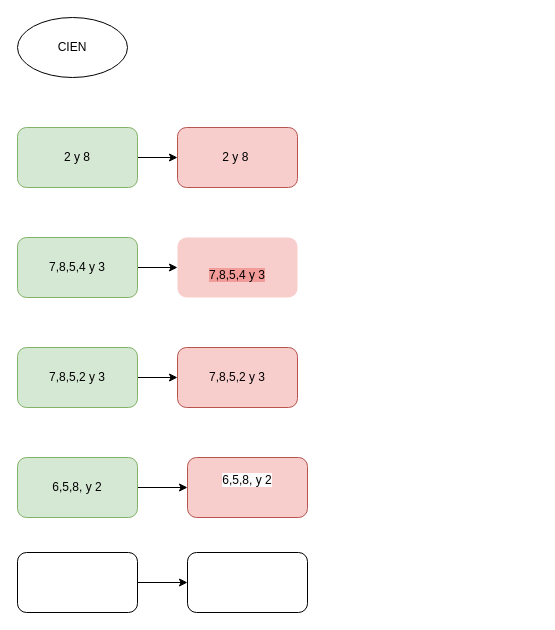
Above: Diagrama sin título.drawio in ebruschi/Abi (draw.io), before the change. Source tidied: cells renumbered, new cells numbered last; positions are measured from the earlier drawing's top-left corner, leaving out a move shared by most shapes. Both pictures are drawn from the tidied source at 100%, with x=0, y=0 at pixel (17, 17).
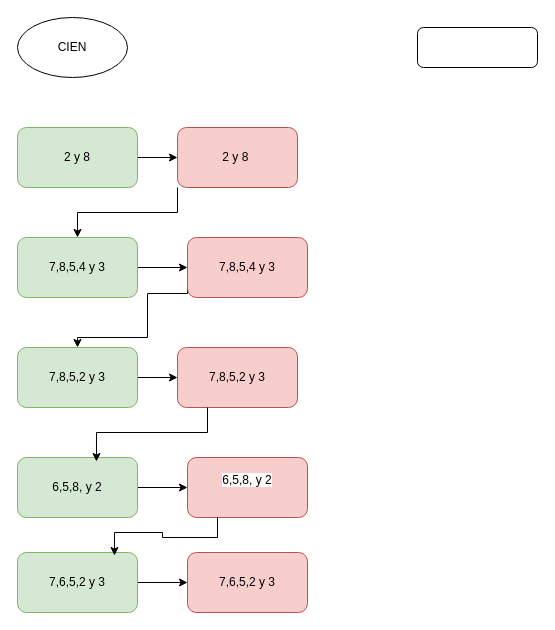
Above is the later version.

The change refers to these unchanged cells:
```xml
<mxCell id="5" value="2 y 8&amp;nbsp;" style="rounded=1;whiteSpace=wrap;html=1;fillColor=#f8cecc;strokeColor=#b85450;" parent="1" vertex="1">
  <mxGeometry x="160" y="110" width="120" height="60" as="geometry" />
</mxCell>
<mxCell id="7" value="7,8,5,4 y 3" style="rounded=1;whiteSpace=wrap;html=1;fillColor=#d5e8d4;strokeColor=#82b366;" parent="1" vertex="1">
  <mxGeometry y="220" width="120" height="60" as="geometry" />
</mxCell>
<mxCell id="10" value="7,8,5,2 y 3" style="rounded=1;whiteSpace=wrap;html=1;fillColor=#d5e8d4;strokeColor=#82b366;" parent="1" vertex="1">
  <mxGeometry y="330" width="120" height="60" as="geometry" />
</mxCell>
<mxCell id="11" value="7,8,5,2 y 3" style="rounded=1;whiteSpace=wrap;html=1;fillColor=#f8cecc;strokeColor=#b85450;" parent="1" vertex="1">
  <mxGeometry x="160" y="330" width="120" height="60" as="geometry" />
</mxCell>
<mxCell id="13" value="6,5,8, y 2" style="rounded=1;whiteSpace=wrap;html=1;fillColor=#d5e8d4;strokeColor=#82b366;" parent="1" vertex="1">
  <mxGeometry y="440" width="120" height="60" as="geometry" />
</mxCell>
<mxCell id="14" value="&#10;&lt;span style=&quot;color: rgb(0, 0, 0); font-family: Helvetica; font-size: 12px; font-style: normal; font-variant-ligatures: normal; font-variant-caps: normal; font-weight: 400; letter-spacing: normal; orphans: 2; text-align: center; text-indent: 0px; text-transform: none; widows: 2; word-spacing: 0px; -webkit-text-stroke-width: 0px; white-space: normal; background-color: rgb(251, 251, 251); text-decoration-thickness: initial; text-decoration-style: initial; text-decoration-color: initial; display: inline !important; float: none;&quot;&gt;6,5,8, y 2&lt;/span&gt;&#10;&#10;" style="rounded=1;whiteSpace=wrap;html=1;fillColor=#f8cecc;strokeColor=#b85450;" parent="1" vertex="1">
  <mxGeometry x="170" y="440" width="120" height="60" as="geometry" />
</mxCell>
```

The edit, as a diff of the source:
```diff
@@
+    <mxCell id="18" style="edgeStyle=orthogonalEdgeStyle;rounded=0;jettySize=auto;html=1;exitX=0;exitY=1;exitDx=0;exitDy=0;entryX=0.5;entryY=0;entryDx=0;entryDy=0;" parent="1" edge="1" source="5" target="7">
+      <mxGeometry relative="1" as="geometry" />
+    </mxCell>
@@
-    <mxCell id="6" style="edgeStyle=orthogonalEdgeStyle;rounded=0;jettySize=auto;html=1;" parent="1" edge="1" source="7" target="8">
+    <mxCell id="6" style="edgeStyle=orthogonalEdgeStyle;rounded=0;jettySize=auto;html=1;entryX=0;entryY=0.5;entryDx=0;entryDy=0;" parent="1" edge="1" source="7" target="8">
       <mxGeometry relative="1" as="geometry" />
     </mxCell>
@@
-    <mxCell id="8" value="&lt;span style=&quot;background-color: rgb(241, 156, 153);&quot;&gt;&lt;br&gt;&lt;span style=&quot;color: rgb(0, 0, 0); font-family: Helvetica; font-size: 12px; font-style: normal; font-variant-ligatures: normal; font-variant-caps: normal; font-weight: 400; letter-spacing: normal; orphans: 2; text-align: center; text-indent: 0px; text-transform: none; widows: 2; word-spacing: 0px; -webkit-text-stroke-width: 0px; white-space: normal; text-decoration-thickness: initial; text-decoration-style: initial; text-decoration-color: initial; float: none; display: inline !important;&quot;&gt;7,8,5,4 y 3&lt;/span&gt;&lt;/span&gt;" style="rounded=1;whiteSpace=wrap;html=1;fillColor=#F8CECC;strokeColor=none;" parent="1" vertex="1">
-      <mxGeometry x="160" y="220" width="120" height="60" as="geometry" />
-    </mxCell>
@@
-    <mxCell id="16" style="rounded=1;whiteSpace=wrap;html=1;" parent="1" vertex="1">
+    <mxCell id="16" value="7,6,5,2 y 3" style="rounded=1;whiteSpace=wrap;html=1;fillColor=#d5e8d4;strokeColor=#82b366;" parent="1" vertex="1">
       <mxGeometry y="535" width="120" height="60" as="geometry" />
     </mxCell>
-    <mxCell id="17" style="rounded=1;whiteSpace=wrap;html=1;" parent="1" vertex="1">
+    <mxCell id="17" value="7,6,5,2 y 3" style="rounded=1;whiteSpace=wrap;html=1;fillColor=#f8cecc;strokeColor=#b85450;" parent="1" vertex="1">
       <mxGeometry x="170" y="535" width="120" height="60" as="geometry" />
     </mxCell>
+    <mxCell id="19" style="edgeStyle=orthogonalEdgeStyle;rounded=0;jettySize=auto;html=1;exitX=0;exitY=0.833;exitDx=0;exitDy=0;entryX=0.5;entryY=0;entryDx=0;entryDy=0;exitPerimeter=0;" parent="1" edge="1" source="8" target="10">
+      <mxGeometry relative="1" as="geometry">
+        <Array as="points">
+          <mxPoint x="170" y="276" />
+          <mxPoint x="130" y="276" />
+          <mxPoint x="130" y="320" />
+          <mxPoint x="60" y="320" />
+        </Array>
+      </mxGeometry>
+    </mxCell>
+    <mxCell id="20" style="edgeStyle=orthogonalEdgeStyle;rounded=0;jettySize=auto;html=1;exitX=0.25;exitY=1;exitDx=0;exitDy=0;entryX=0.658;entryY=0.067;entryDx=0;entryDy=0;entryPerimeter=0;" parent="1" edge="1" source="11" target="13">
+      <mxGeometry relative="1" as="geometry" />
+    </mxCell>
+    <mxCell id="21" style="edgeStyle=orthogonalEdgeStyle;rounded=0;jettySize=auto;html=1;exitX=0.25;exitY=1;exitDx=0;exitDy=0;entryX=0.808;entryY=0.05;entryDx=0;entryDy=0;entryPerimeter=0;" parent="1" edge="1" source="14" target="16">
+      <mxGeometry relative="1" as="geometry" />
+    </mxCell>
+    <mxCell id="8" value="7,8,5,4 y 3" style="rounded=1;whiteSpace=wrap;html=1;fillColor=#f8cecc;strokeColor=#b85450;" parent="1" vertex="1">
+      <mxGeometry x="170" y="220" width="120" height="60" as="geometry" />
+    </mxCell>
+    <mxCell id="22" style="rounded=1;whiteSpace=wrap;html=1;" parent="1" vertex="1">
+      <mxGeometry x="400" y="10" width="120" height="40" as="geometry" />
+    </mxCell>
```
